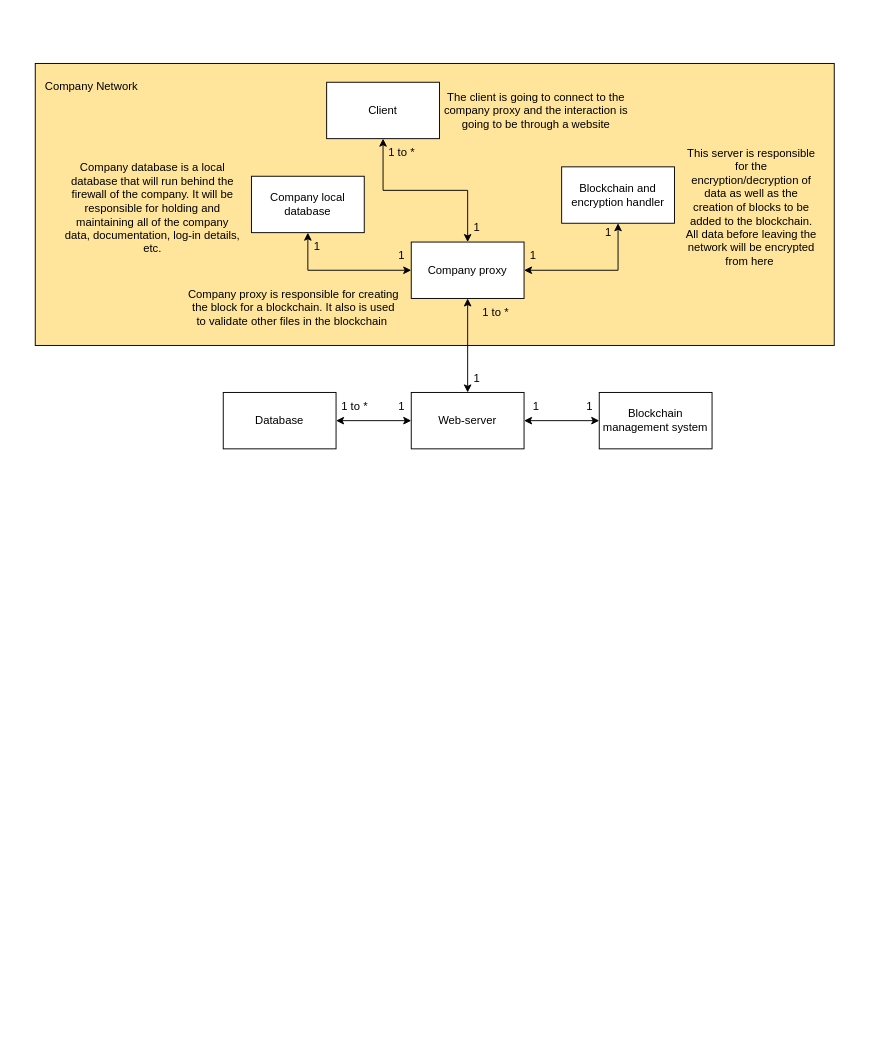
Earlier version of the draw.io diagram documentation/New Architecture Diagram.drawio (LouisDonaldson/Blockchain-Cloud-Storage-Web-Service). Source tidied: cells renumbered, new cells numbered last; positions are measured from the earlier drawing's top-left corner, leaving out a move shared by most shapes. Both pictures are drawn from the tidied source at 94%, with x=0, y=0 at pixel (35, 63).
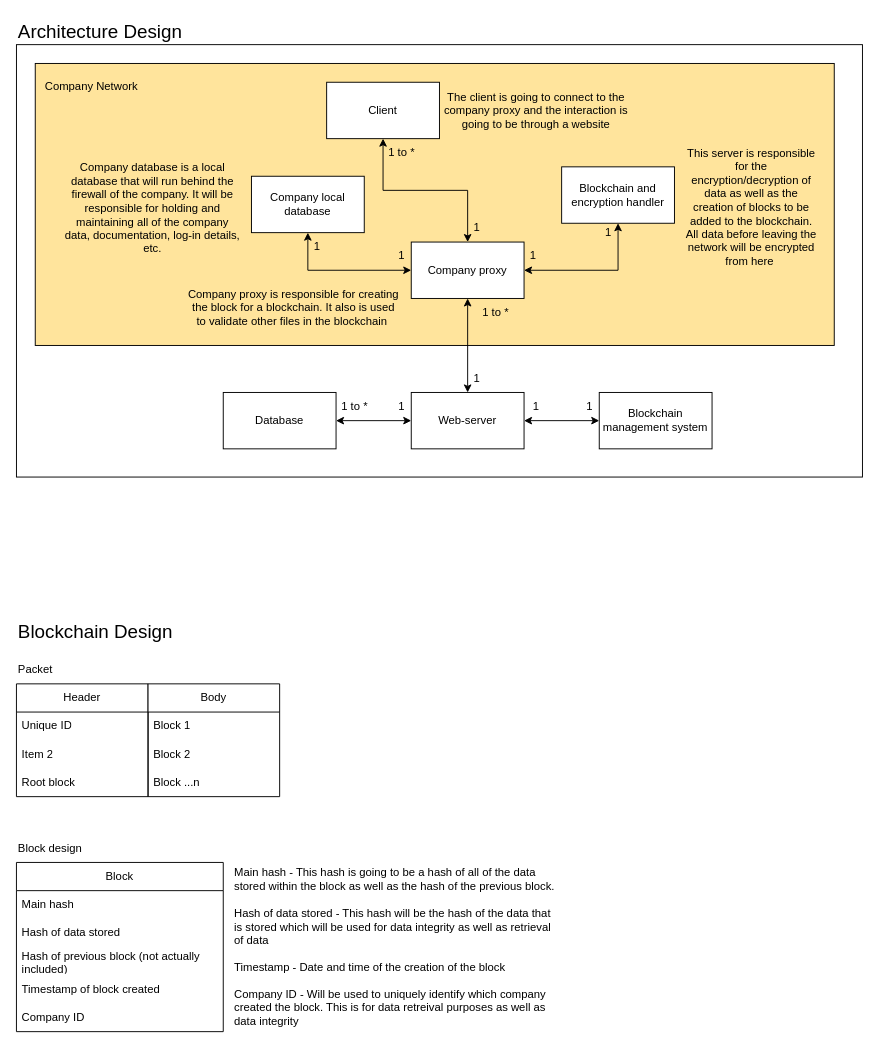
Above is the later version.

Commit message:
created block design

What changed in the source:
```diff
@@
+    <mxCell id="33" style="rounded=0;whiteSpace=wrap;html=1;fontSize=20;fillColor=none;" parent="1" vertex="1">
+      <mxGeometry x="-20" y="-20" width="900" height="460" as="geometry" />
+    </mxCell>
@@
+    <mxCell id="34" value="Architecture Design" style="text;html=1;strokeColor=none;fillColor=none;align=left;verticalAlign=middle;whiteSpace=wrap;rounded=0;fontSize=20;" parent="1" vertex="1">
+      <mxGeometry x="-20" y="-50" width="230" height="30" as="geometry" />
+    </mxCell>
+    <mxCell id="35" value="Blockchain Design" style="text;html=1;strokeColor=none;fillColor=none;align=left;verticalAlign=middle;whiteSpace=wrap;rounded=0;fontSize=20;" parent="1" vertex="1">
+      <mxGeometry x="-20" y="589" width="170" height="30" as="geometry" />
+    </mxCell>
+    <mxCell id="36" value="Header" style="swimlane;fontStyle=0;horizontal=1;startSize=30;whiteSpace=wrap;html=1;fontSize=12;fillColor=default;" parent="1" vertex="1">
+      <mxGeometry x="-20" y="660" width="140" height="120" as="geometry" />
+    </mxCell>
+    <mxCell id="37" value="Unique ID" style="text;strokeColor=none;fillColor=none;align=left;verticalAlign=middle;spacingLeft=4;spacingRight=4;overflow=hidden;whiteSpace=wrap;html=1;fontSize=12;" parent="36" vertex="1">
+      <mxGeometry y="30" width="140" height="30" as="geometry" />
+    </mxCell>
+    <mxCell id="38" value="Item 2" style="text;strokeColor=none;fillColor=none;align=left;verticalAlign=middle;spacingLeft=4;spacingRight=4;overflow=hidden;whiteSpace=wrap;html=1;fontSize=12;" parent="36" vertex="1">
+      <mxGeometry y="60" width="140" height="30" as="geometry" />
+    </mxCell>
+    <mxCell id="39" value="Root block" style="text;strokeColor=none;fillColor=none;align=left;verticalAlign=middle;spacingLeft=4;spacingRight=4;overflow=hidden;whiteSpace=wrap;html=1;fontSize=12;" parent="36" vertex="1">
+      <mxGeometry y="90" width="140" height="30" as="geometry" />
+    </mxCell>
+    <mxCell id="40" value="Body" style="swimlane;fontStyle=0;horizontal=1;startSize=30;whiteSpace=wrap;html=1;fontSize=12;fillColor=default;" parent="1" vertex="1">
+      <mxGeometry x="120" y="660" width="140" height="120" as="geometry" />
+    </mxCell>
+    <mxCell id="41" value="Block 1" style="text;strokeColor=none;fillColor=none;align=left;verticalAlign=middle;spacingLeft=4;spacingRight=4;overflow=hidden;whiteSpace=wrap;html=1;fontSize=12;" parent="40" vertex="1">
+      <mxGeometry y="30" width="140" height="30" as="geometry" />
+    </mxCell>
+    <mxCell id="42" value="Block 2" style="text;strokeColor=none;fillColor=none;align=left;verticalAlign=middle;spacingLeft=4;spacingRight=4;overflow=hidden;whiteSpace=wrap;html=1;fontSize=12;" parent="40" vertex="1">
+      <mxGeometry y="60" width="140" height="30" as="geometry" />
+    </mxCell>
+    <mxCell id="43" value="Block ...n" style="text;strokeColor=none;fillColor=none;align=left;verticalAlign=middle;spacingLeft=4;spacingRight=4;overflow=hidden;whiteSpace=wrap;html=1;fontSize=12;" parent="40" vertex="1">
+      <mxGeometry y="90" width="140" height="30" as="geometry" />
+    </mxCell>
+    <mxCell id="44" value="Packet" style="text;html=1;strokeColor=none;fillColor=none;align=left;verticalAlign=middle;whiteSpace=wrap;rounded=0;fontSize=12;" parent="1" vertex="1">
+      <mxGeometry x="-20" y="630" width="60" height="30" as="geometry" />
+    </mxCell>
+    <mxCell id="45" value="Block design" style="text;html=1;strokeColor=none;fillColor=none;align=left;verticalAlign=middle;whiteSpace=wrap;rounded=0;fontSize=12;" parent="1" vertex="1">
+      <mxGeometry x="-20" y="820" width="100" height="30" as="geometry" />
+    </mxCell>
+    <mxCell id="46" value="Block" style="swimlane;fontStyle=0;horizontal=1;startSize=30;whiteSpace=wrap;html=1;fontSize=12;fillColor=default;" parent="1" vertex="1">
+      <mxGeometry x="-20" y="850" width="220" height="180" as="geometry" />
+    </mxCell>
+    <mxCell id="47" value="Main hash" style="text;strokeColor=none;fillColor=none;align=left;verticalAlign=middle;spacingLeft=4;spacingRight=4;overflow=hidden;whiteSpace=wrap;html=1;fontSize=12;" parent="46" vertex="1">
+      <mxGeometry y="30" width="220" height="30" as="geometry" />
+    </mxCell>
+    <mxCell id="48" value="Hash of data stored" style="text;strokeColor=none;fillColor=none;align=left;verticalAlign=middle;spacingLeft=4;spacingRight=4;overflow=hidden;whiteSpace=wrap;html=1;fontSize=12;" parent="46" vertex="1">
+      <mxGeometry y="60" width="220" height="30" as="geometry" />
+    </mxCell>
+    <mxCell id="49" value="Hash of previous block (not actually included)" style="text;strokeColor=none;fillColor=none;align=left;verticalAlign=middle;spacingLeft=4;spacingRight=4;overflow=hidden;whiteSpace=wrap;html=1;fontSize=12;" parent="46" vertex="1">
+      <mxGeometry y="90" width="220" height="30" as="geometry" />
+    </mxCell>
+    <mxCell id="50" value="Timestamp of block created" style="text;strokeColor=none;fillColor=none;align=left;verticalAlign=middle;spacingLeft=4;spacingRight=4;overflow=hidden;whiteSpace=wrap;html=1;fontSize=12;" parent="46" vertex="1">
+      <mxGeometry y="120" width="220" height="30" as="geometry" />
+    </mxCell>
+    <mxCell id="51" value="Company ID" style="text;strokeColor=none;fillColor=none;align=left;verticalAlign=middle;spacingLeft=4;spacingRight=4;overflow=hidden;whiteSpace=wrap;html=1;fontSize=12;" parent="46" vertex="1">
+      <mxGeometry y="150" width="220" height="30" as="geometry" />
+    </mxCell>
+    <mxCell id="52" value="Main hash - This hash is going to be a hash of all of the data stored within the block as well as the hash of the previous block.&lt;br&gt;&lt;br&gt;Hash of data stored - This hash will be the hash of the data that is stored which will be used for data integrity as well as retrieval of data&lt;br&gt;&lt;br&gt;Timestamp - Date and time of the creation of the block&lt;br&gt;&lt;br&gt;Company ID - Will be used to uniquely identify which company created the block. This is for data retreival purposes as well as data integrity" style="text;html=1;strokeColor=none;fillColor=none;align=left;verticalAlign=middle;whiteSpace=wrap;rounded=0;fontSize=12;" parent="1" vertex="1">
+      <mxGeometry x="210" y="835" width="350" height="210" as="geometry" />
+    </mxCell>
```
